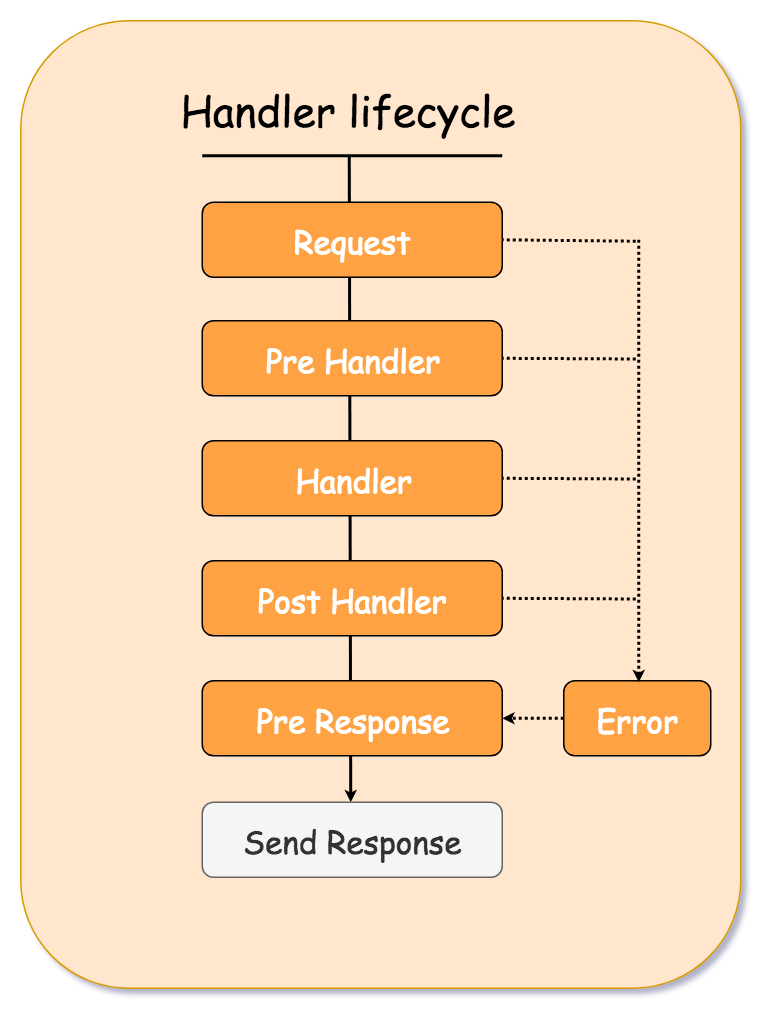
Above: assets/lambcycle-lifecycle.png in juliantellez/blogs (draw.io), before the change. Source tidied: cells renumbered, new cells last; positions are measured from the earlier drawing's top-left corner, leaving out a move shared by most shapes.
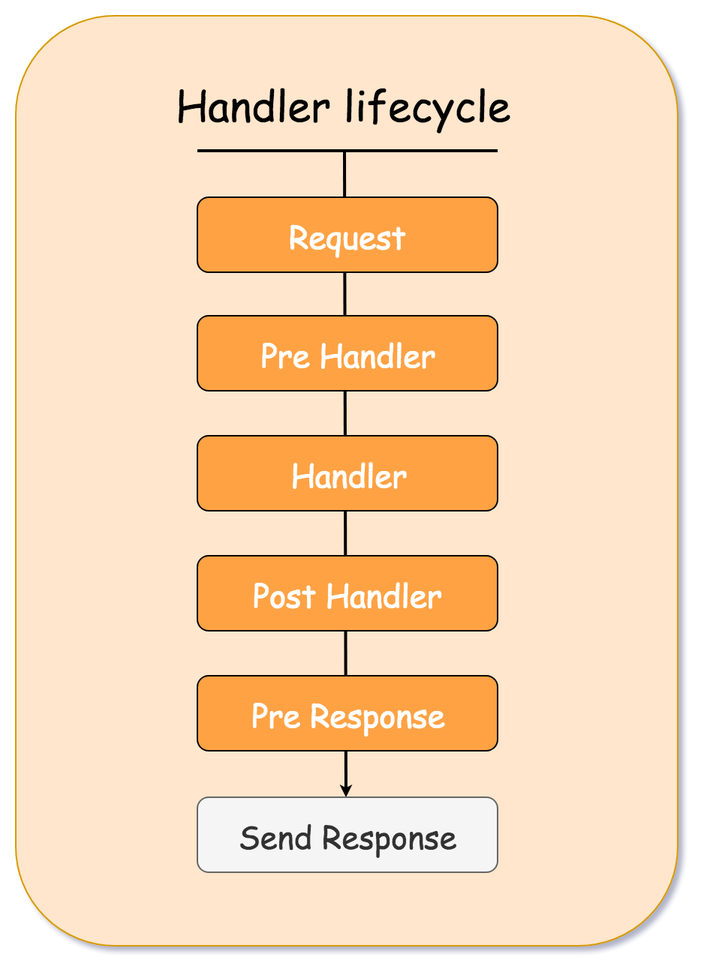
Above is the later version.

Commit message:
updating flow chart

What changed in the source:
```diff
@@ -3,38 +3,8 @@
     <mxCell id="0" />
     <mxCell id="1" parent="0" />
     <mxCell id="2" style="rounded=1;whiteSpace=wrap;html=1;fillColor=#ffe6cc;fontSize=40;strokeColor=#d79b00;" parent="1" vertex="1">
-      <mxGeometry width="480" height="645" as="geometry" />
+      <mxGeometry width="441" height="620" as="geometry" />
     </mxCell>
-    <mxCell id="3" style="endArrow=classic;html=1;strokeWidth=2;entryX=1;entryY=0.5;entryDx=0;entryDy=0;endSize=2;jumpSize=12;targetPerimeterSpacing=1;startSize=0;shadow=0;endFill=1;dashed=1;dashPattern=1 1;" parent="1" edge="1" source="8" target="15">
-      <mxGeometry relative="1" as="geometry" />
-    </mxCell>
-    <mxCell id="4" style="endArrow=none;html=1;strokeColor=#000000;strokeWidth=2;fontSize=40;fontColor=#FFFFFF;exitX=1;exitY=0.5;jumpSize=3;exitDx=0;exitDy=0;dashed=1;dashPattern=1 1;" parent="1" edge="1">
-      <mxGeometry relative="1" as="geometry">
-        <mxPoint x="316" y="146" as="sourcePoint" />
-        <mxPoint x="412" y="147" as="targetPoint" />
-      </mxGeometry>
-    </mxCell>
-    <mxCell id="5" style="endArrow=none;html=1;strokeColor=#000000;strokeWidth=2;fontSize=40;fontColor=#FFFFFF;exitX=1;exitY=0.5;exitDx=0;exitDy=0;dashed=1;dashPattern=1 1;" parent="1" edge="1">
-      <mxGeometry relative="1" as="geometry">
-        <mxPoint x="316" y="225" as="sourcePoint" />
-        <mxPoint x="411" y="225.5" as="targetPoint" />
-      </mxGeometry>
-    </mxCell>
-    <mxCell id="6" style="endArrow=none;html=1;strokeColor=#000000;strokeWidth=2;fontSize=40;fontColor=#FFFFFF;exitX=1;exitY=0.5;exitDx=0;exitDy=0;dashed=1;dashPattern=1 1;" parent="1" edge="1">
-      <mxGeometry relative="1" as="geometry">
-        <mxPoint x="316" y="305" as="sourcePoint" />
-        <mxPoint x="411" y="305.5" as="targetPoint" />
-      </mxGeometry>
-    </mxCell>
-    <mxCell id="7" style="endArrow=none;html=1;strokeColor=#000000;strokeWidth=2;fontSize=40;fontColor=#FFFFFF;exitX=1;exitY=0.5;exitDx=0;exitDy=0;dashed=1;dashPattern=1 1;" parent="1" edge="1">
-      <mxGeometry relative="1" as="geometry">
-        <mxPoint x="316" y="385" as="sourcePoint" />
-        <mxPoint x="411" y="385.5" as="targetPoint" />
-      </mxGeometry>
-    </mxCell>
-    <mxCell id="8" value="&lt;font style=&quot;font-size: 21px&quot; face=&quot;Comic Sans MS&quot;&gt;Error&lt;br&gt;&lt;/font&gt;" style="rounded=1;whiteSpace=wrap;html=1;fillColor=#FFA245;fontColor=#FFFFFF;fontSize=21;" parent="1" vertex="1">
-      <mxGeometry x="362" y="440" width="98" height="50" as="geometry" />
-    </mxCell>
     <mxCell id="9" style="endArrow=classic;html=1;strokeWidth=2;sourcePerimeterSpacing=0;targetPerimeterSpacing=5;endFill=1;entryX=0.5;entryY=0;entryDx=0;entryDy=0;endSize=2;" parent="1" edge="1">
       <mxGeometry relative="1" as="geometry">
         <mxPoint x="219" y="90" as="sourcePoint" />
@@ -68,11 +38,5 @@
         <mxPoint x="321" y="90" as="targetPoint" />
       </mxGeometry>
     </mxCell>
-    <mxCell id="18" style="endArrow=classic;html=1;strokeWidth=2;sourcePerimeterSpacing=0;targetPerimeterSpacing=-1;endFill=1;entryX=0.5;entryY=0;entryDx=0;entryDy=0;endSize=2;dashed=1;dashPattern=1 1;" parent="1" edge="1">
-      <mxGeometry relative="1" as="geometry">
-        <mxPoint x="412" y="146" as="sourcePoint" />
-        <mxPoint x="412" y="441" as="targetPoint" />
-      </mxGeometry>
-    </mxCell>
   </root>
 </mxGraphModel>
```
